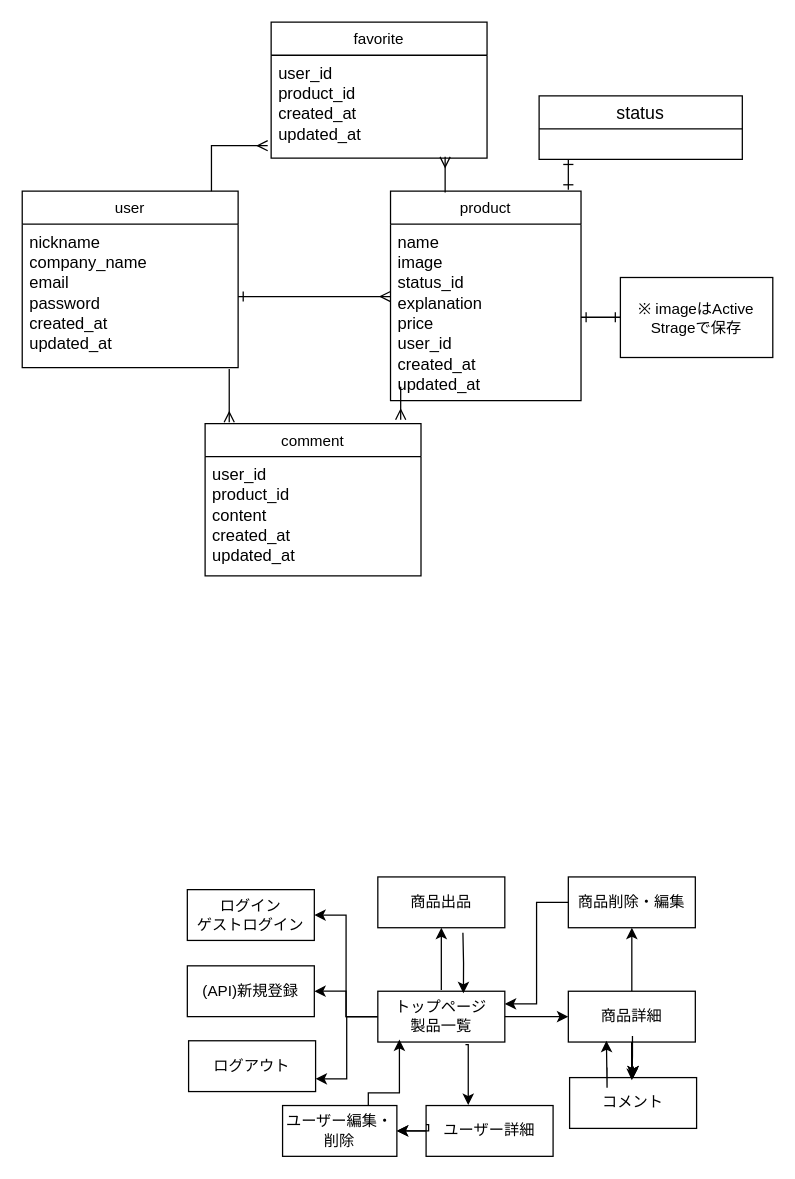
The draw.io diagram ER.dio in shuhei1018/B-products, before the edit. Source tidied: cells renumbered, new cells numbered last; positions are measured from the earlier drawing's top-left corner, leaving out a move shared by most shapes. Both pictures are drawn from the tidied source at 127%, with x=0, y=0 at pixel (22, 22).
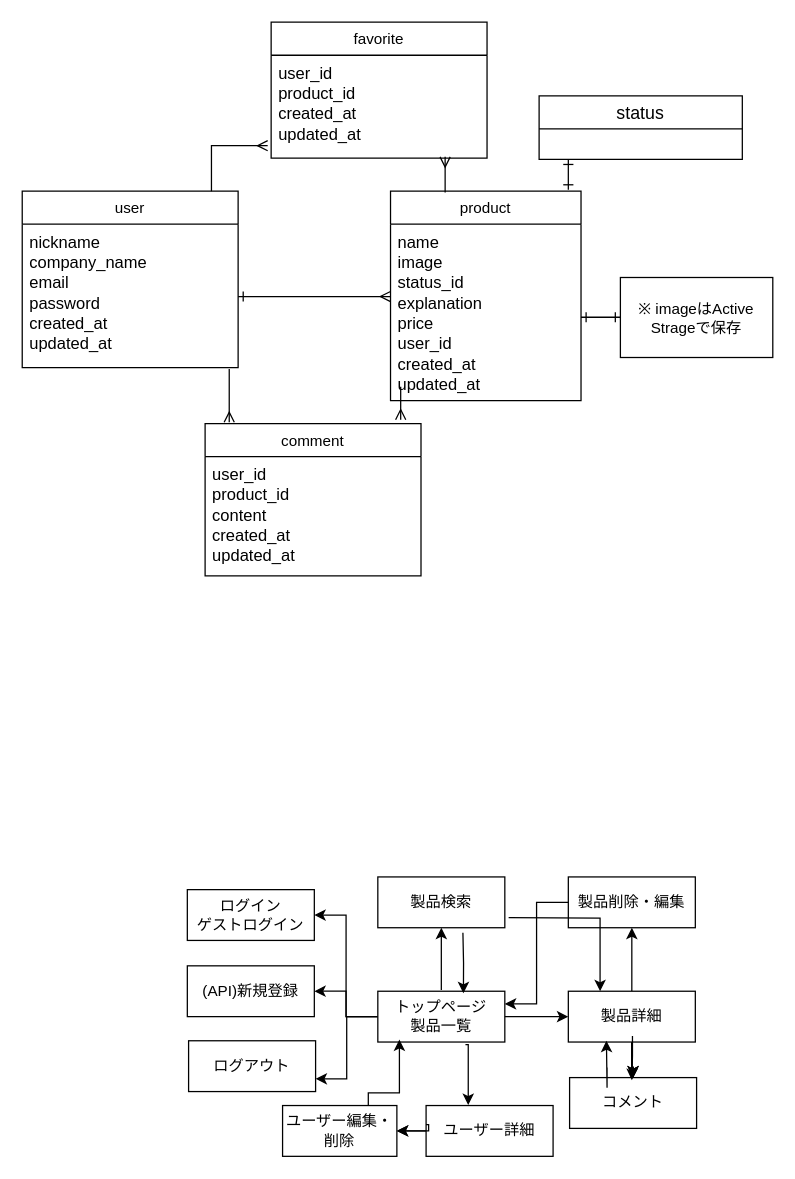
The same diagram, later.

What changed in the source:
```diff
@@
-    <mxCell id="7" value="商品出品" style="whiteSpace=wrap;html=1;align=center;" parent="1" vertex="1">
+    <mxCell id="7" value="製品検索" style="whiteSpace=wrap;html=1;align=center;" parent="1" vertex="1">
       <mxGeometry x="280" y="673" width="100" height="40" as="geometry" />
     </mxCell>
-    <mxCell id="8" value="商品削除・編集" style="whiteSpace=wrap;html=1;align=center;" parent="1" vertex="1">
+    <mxCell id="8" value="製品削除・編集" style="whiteSpace=wrap;html=1;align=center;" parent="1" vertex="1">
       <mxGeometry x="430" y="673" width="100" height="40" as="geometry" />
     </mxCell>
@@
-    <mxCell id="14" value="商品詳細" style="whiteSpace=wrap;html=1;align=center;" parent="1" vertex="1">
+    <mxCell id="14" value="製品詳細" style="whiteSpace=wrap;html=1;align=center;" parent="1" vertex="1">
       <mxGeometry x="430" y="763" width="100" height="40" as="geometry" />
     </mxCell>
@@
+    <mxCell id="46" style="edgeStyle=orthogonalEdgeStyle;rounded=0;jettySize=auto;html=1;startArrow=none;startFill=0;endArrow=classic;endFill=1;entryX=0.25;entryY=0;entryDx=0;entryDy=0;" parent="1" edge="1" target="14">
+      <mxGeometry relative="1" as="geometry">
+        <mxPoint x="383" y="705" as="sourcePoint" />
+      </mxGeometry>
+    </mxCell>
```
